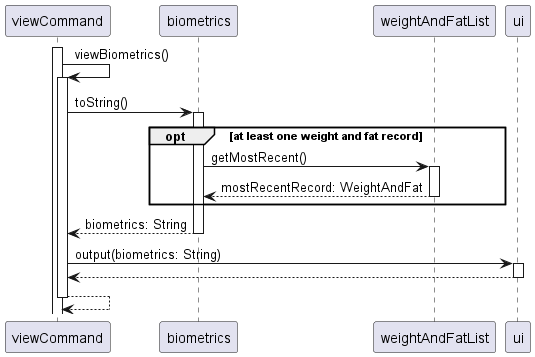
Earlier version of the PlantUML export docs/UmlDiagrams/ViewBiometrics.png (nus-cs2113-AY2223S1/tp). Source of this version:
```plantuml
@startuml

autoactivate on

activate viewCommand
    viewCommand -> viewCommand: viewBiometrics()
    viewCommand -> biometrics: toString()
    opt at least one weight and fat record
        biometrics -> weightAndFatList: getMostRecent()
        return mostRecentRecord: WeightAndFat
    end

    return biometrics: String
    viewCommand -> ui: output(biometrics: String)
    return
return

@enduml
```
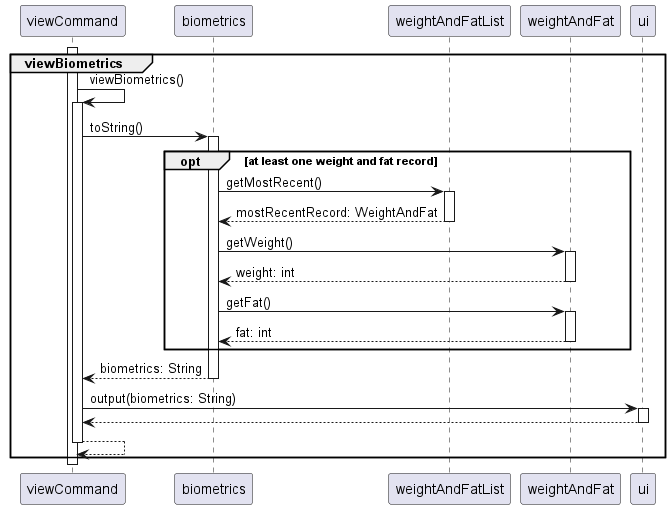
Above is the later version.

Diff of the diagram source:
```diff
@@ -3,11 +3,16 @@
 autoactivate on
 
 activate viewCommand
+group viewBiometrics
     viewCommand -> viewCommand: viewBiometrics()
     viewCommand -> biometrics: toString()
     opt at least one weight and fat record
         biometrics -> weightAndFatList: getMostRecent()
         return mostRecentRecord: WeightAndFat
+        biometrics -> weightAndFat: getWeight()
+        return weight: int
+        biometrics -> weightAndFat: getFat()
+        return fat: int
     end
 
     return biometrics: String
@@ -15,4 +20,8 @@
     return
 return
 
+end
+
+deactivate viewCommand
+
 @enduml
```
